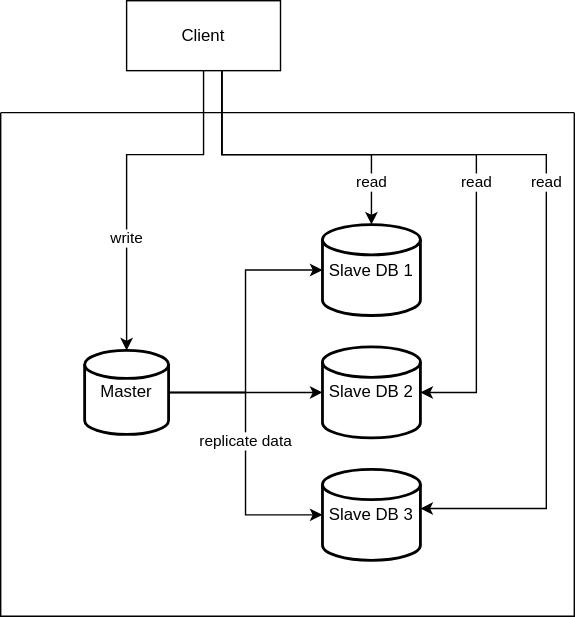
This is docs/se/system-design/database/replication/replication.drawio.svg from lamhq/cheat-sheet, a draw.io export, as it was before one commit. Source tidied: cells renumbered, new cells last; positions are measured from the earlier drawing's top-left corner, leaving out a move shared by most shapes.
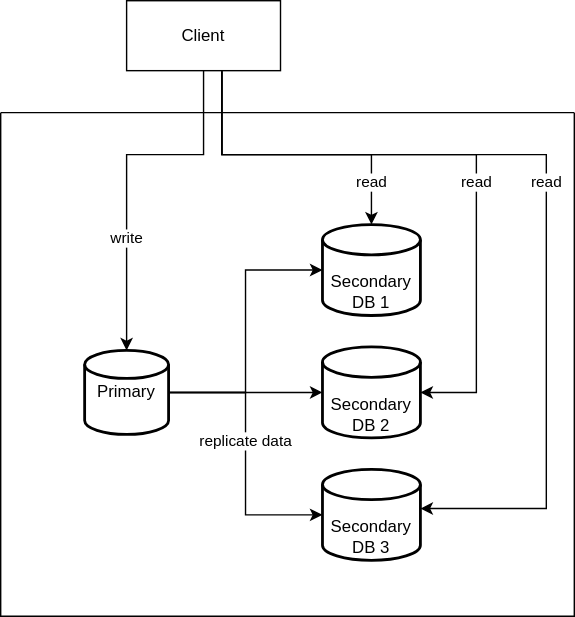
After the commit.

The edit, as a diff of the source:
```diff
@@ -5,16 +5,16 @@
     <mxCell id="2" style="swimlane;startSize=0;" parent="1" vertex="1">
       <mxGeometry y="80" width="410" height="360" as="geometry" />
     </mxCell>
-    <mxCell id="3" value="Master" style="strokeWidth=2;html=1;shape=mxgraph.flowchart.database;whiteSpace=wrap;" parent="2" vertex="1">
+    <mxCell id="3" value="Primary" style="strokeWidth=2;html=1;shape=mxgraph.flowchart.database;whiteSpace=wrap;verticalAlign=middle;" parent="2" vertex="1">
       <mxGeometry x="60" y="170" width="60" height="60" as="geometry" />
     </mxCell>
-    <mxCell id="4" value="Slave DB 1" style="strokeWidth=2;html=1;shape=mxgraph.flowchart.database;whiteSpace=wrap;" parent="2" vertex="1">
+    <mxCell id="4" value="Secondary DB 1" style="strokeWidth=2;html=1;shape=mxgraph.flowchart.database;whiteSpace=wrap;verticalAlign=bottom;" parent="2" vertex="1">
       <mxGeometry x="230" y="80" width="70" height="65" as="geometry" />
     </mxCell>
-    <mxCell id="5" value="Slave DB 3" style="strokeWidth=2;html=1;shape=mxgraph.flowchart.database;whiteSpace=wrap;" parent="2" vertex="1">
+    <mxCell id="5" value="&lt;span style=&quot;color: rgb(0, 0, 0);&quot;&gt;Secondary DB 3&lt;/span&gt;" style="strokeWidth=2;html=1;shape=mxgraph.flowchart.database;whiteSpace=wrap;verticalAlign=bottom;" parent="2" vertex="1">
       <mxGeometry x="230" y="255" width="70" height="65" as="geometry" />
     </mxCell>
-    <mxCell id="6" value="Slave DB 2" style="strokeWidth=2;html=1;shape=mxgraph.flowchart.database;whiteSpace=wrap;" parent="2" vertex="1">
+    <mxCell id="6" value="&lt;span style=&quot;color: rgb(0, 0, 0);&quot;&gt;Secondary DB 2&lt;/span&gt;" style="strokeWidth=2;html=1;shape=mxgraph.flowchart.database;whiteSpace=wrap;verticalAlign=bottom;" parent="2" vertex="1">
       <mxGeometry x="230" y="167.5" width="70" height="65" as="geometry" />
     </mxCell>
     <mxCell id="7" style="edgeStyle=orthogonalEdgeStyle;rounded=0;jettySize=auto;html=1;entryX=0;entryY=0.5;entryDx=0;entryDy=0;entryPerimeter=0;" parent="2" edge="1" source="3" target="6">
```
